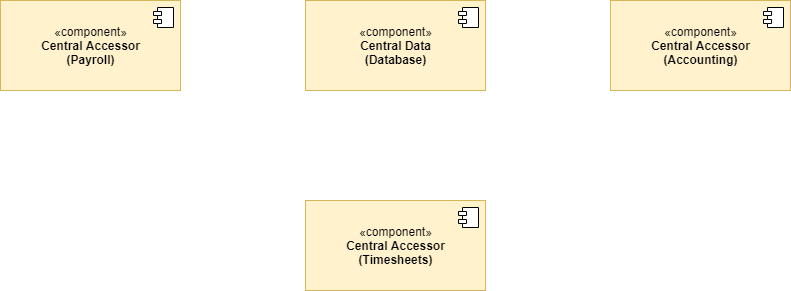
smitbmx/Architecture-Diagrams keeps this draw.io diagram as Architectural styles/Repository-based Systems/Data Accessors.png. Above is the earlier version. Source tidied: cells renumbered, new cells last; positions are measured from the earlier drawing's top-left corner, leaving out a move shared by most shapes. The source it was exported from:
```xml
<mxGraphModel>
  <root>
    <mxCell id="0" />
    <mxCell id="1" parent="0" />
    <mxCell id="2" value="«component»&lt;br&gt;&lt;b&gt;Central Data&lt;br&gt;(Database)&lt;br&gt;&lt;/b&gt;" style="html=1;fillColor=#fff2cc;strokeColor=#d6b656;fontColor=default;" parent="1" vertex="1">
      <mxGeometry x="305" width="180" height="90" as="geometry" />
    </mxCell>
    <mxCell id="3" style="shape=module;jettyWidth=8;jettyHeight=4;" parent="2" vertex="1">
      <mxGeometry x="1" width="20" height="20" relative="1" as="geometry">
        <mxPoint x="-27" y="7" as="offset" />
      </mxGeometry>
    </mxCell>
    <mxCell id="4" value="«component»&lt;br&gt;&lt;b&gt;Central Accessor&lt;br&gt;(Payroll)&lt;br&gt;&lt;/b&gt;" style="html=1;fillColor=#fff2cc;strokeColor=#d6b656;fontColor=default;" parent="1" vertex="1">
      <mxGeometry width="180" height="90" as="geometry" />
    </mxCell>
    <mxCell id="5" style="shape=module;jettyWidth=8;jettyHeight=4;" parent="4" vertex="1">
      <mxGeometry x="1" width="20" height="20" relative="1" as="geometry">
        <mxPoint x="-27" y="7" as="offset" />
      </mxGeometry>
    </mxCell>
    <mxCell id="6" value="«component»&lt;br&gt;&lt;b&gt;Central Accessor&lt;br&gt;(Accounting)&lt;br&gt;&lt;/b&gt;" style="html=1;fillColor=#fff2cc;strokeColor=#d6b656;fontColor=default;" parent="1" vertex="1">
      <mxGeometry x="610" width="180" height="90" as="geometry" />
    </mxCell>
    <mxCell id="7" style="shape=module;jettyWidth=8;jettyHeight=4;" parent="6" vertex="1">
      <mxGeometry x="1" width="20" height="20" relative="1" as="geometry">
        <mxPoint x="-27" y="7" as="offset" />
      </mxGeometry>
    </mxCell>
    <mxCell id="8" value="«component»&lt;br&gt;&lt;b&gt;Central Accessor&lt;br&gt;(Timesheets)&lt;br&gt;&lt;/b&gt;" style="html=1;fillColor=#fff2cc;strokeColor=#d6b656;fontColor=default;" parent="1" vertex="1">
      <mxGeometry x="305" y="200" width="180" height="90" as="geometry" />
    </mxCell>
    <mxCell id="9" style="shape=module;jettyWidth=8;jettyHeight=4;" parent="8" vertex="1">
      <mxGeometry x="1" width="20" height="20" relative="1" as="geometry">
        <mxPoint x="-27" y="7" as="offset" />
      </mxGeometry>
    </mxCell>
  </root>
</mxGraphModel>
```
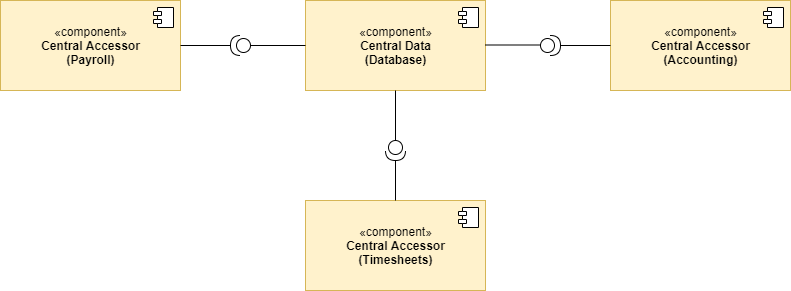
Later version of the same file.

Change to the diagram source:
```diff
@@ -34,5 +34,35 @@
         <mxPoint x="-27" y="7" as="offset" />
       </mxGeometry>
     </mxCell>
+    <mxCell id="10" style="shape=providedRequiredInterface;html=1;verticalLabelPosition=bottom;sketch=0;fontColor=default;strokeColor=default;fillColor=default;" parent="1" vertex="1">
+      <mxGeometry x="540" y="35" width="20" height="20" as="geometry" />
+    </mxCell>
+    <mxCell id="11" style="shape=providedRequiredInterface;html=1;verticalLabelPosition=bottom;sketch=0;fontColor=default;strokeColor=default;fillColor=default;rotation=-180;" parent="1" vertex="1">
+      <mxGeometry x="230" y="35" width="20" height="20" as="geometry" />
+    </mxCell>
+    <mxCell id="12" style="shape=providedRequiredInterface;html=1;verticalLabelPosition=bottom;sketch=0;fontColor=default;strokeColor=default;fillColor=default;rotation=90;" parent="1" vertex="1">
+      <mxGeometry x="385" y="140" width="20" height="20" as="geometry" />
+    </mxCell>
+    <mxCell id="13" style="endArrow=none;html=1;rounded=0;fontColor=default;exitX=0;exitY=0.5;exitDx=0;exitDy=0;exitPerimeter=0;strokeColor=default;labelBackgroundColor=default;entryX=0;entryY=0.5;entryDx=0;entryDy=0;" parent="1" edge="1" source="11" target="2">
+      <mxGeometry relative="1" as="geometry" />
+    </mxCell>
+    <mxCell id="14" style="endArrow=none;html=1;rounded=0;fontColor=default;exitX=0;exitY=0.5;exitDx=0;exitDy=0;exitPerimeter=0;strokeColor=default;labelBackgroundColor=default;entryX=0;entryY=0.5;entryDx=0;entryDy=0;" parent="1" edge="1">
+      <mxGeometry relative="1" as="geometry">
+        <mxPoint x="485" y="44.5" as="sourcePoint" />
+        <mxPoint x="540" y="44.5" as="targetPoint" />
+      </mxGeometry>
+    </mxCell>
+    <mxCell id="15" style="endArrow=none;html=1;rounded=0;labelBackgroundColor=default;fontColor=default;strokeColor=default;exitX=1;exitY=0.5;exitDx=0;exitDy=0;exitPerimeter=0;entryX=1;entryY=0.5;entryDx=0;entryDy=0;" parent="1" edge="1" source="11" target="4">
+      <mxGeometry relative="1" as="geometry" />
+    </mxCell>
+    <mxCell id="16" style="endArrow=none;html=1;rounded=0;labelBackgroundColor=default;fontColor=default;strokeColor=default;entryX=0.5;entryY=1;entryDx=0;entryDy=0;exitX=0;exitY=0.5;exitDx=0;exitDy=0;exitPerimeter=0;" parent="1" edge="1" source="12" target="2">
+      <mxGeometry relative="1" as="geometry" />
+    </mxCell>
+    <mxCell id="17" style="endArrow=none;html=1;rounded=0;labelBackgroundColor=default;fontColor=default;strokeColor=default;entryX=1;entryY=0.5;entryDx=0;entryDy=0;entryPerimeter=0;exitX=0.5;exitY=0;exitDx=0;exitDy=0;" parent="1" edge="1" source="8" target="12">
+      <mxGeometry relative="1" as="geometry" />
+    </mxCell>
+    <mxCell id="18" style="endArrow=none;html=1;rounded=0;labelBackgroundColor=default;fontColor=default;strokeColor=default;exitX=0;exitY=0.5;exitDx=0;exitDy=0;entryX=1;entryY=0.5;entryDx=0;entryDy=0;entryPerimeter=0;" parent="1" edge="1" source="6" target="10">
+      <mxGeometry relative="1" as="geometry" />
+    </mxCell>
   </root>
 </mxGraphModel>
```
